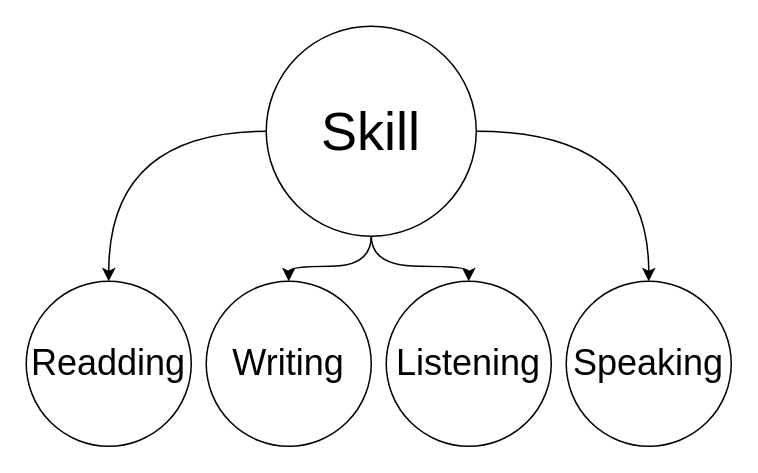
This is page "AI" (1 of 2) of design/skill.drawio from kashanimorteza/english_document, a draw.io file, before an edit. Source tidied: cells renumbered, new cells numbered last; positions are measured from the earlier drawing's top-left corner, leaving out a move shared by most shapes. Both pictures are drawn from the tidied source at 150%, with x=0, y=0 at pixel (26, 26).
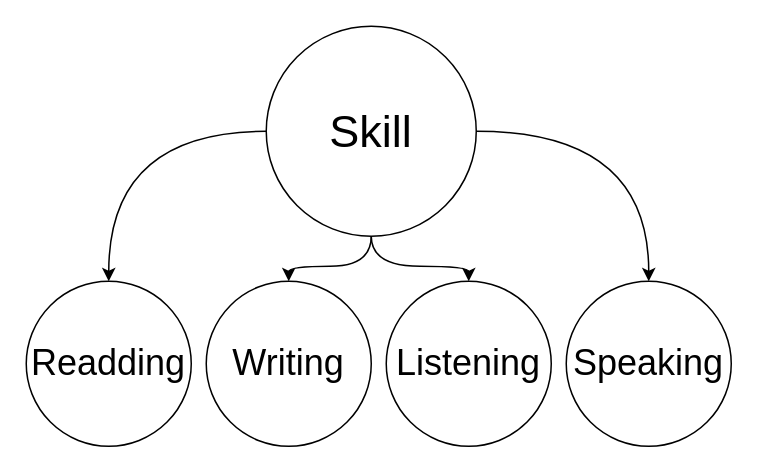
The same page after the edit.

What changed in the source:
```diff
@@
 <mxGraphModel>
   <root>
     <mxCell id="0" />
     <mxCell id="1" parent="0" />
     <mxCell id="2" style="edgeStyle=orthogonalEdgeStyle;rounded=0;jettySize=auto;html=1;curved=1;" parent="1" edge="1" source="6" target="7">
       <mxGeometry relative="1" as="geometry" />
     </mxCell>
     <mxCell id="3" style="edgeStyle=orthogonalEdgeStyle;rounded=0;jettySize=auto;html=1;curved=1;" parent="1" edge="1" source="6" target="8">
       <mxGeometry relative="1" as="geometry" />
     </mxCell>
     <mxCell id="4" style="edgeStyle=orthogonalEdgeStyle;rounded=0;jettySize=auto;html=1;curved=1;" parent="1" edge="1" source="6" target="9">
       <mxGeometry relative="1" as="geometry" />
     </mxCell>
     <mxCell id="5" style="edgeStyle=orthogonalEdgeStyle;rounded=0;jettySize=auto;html=1;strokeColor=default;align=center;verticalAlign=middle;fontFamily=Helvetica;fontSize=11;fontColor=default;labelBackgroundColor=default;endArrow=classic;curved=1;" parent="1" edge="1" source="6" target="10">
       <mxGeometry relative="1" as="geometry" />
     </mxCell>
-    <mxCell id="6" value="&lt;font style=&quot;font-size: 36px;&quot;&gt;Skill&lt;/font&gt;" style="ellipse;whiteSpace=wrap;html=1;" parent="1" vertex="1">
+    <mxCell id="6" value="&lt;font style=&quot;font-size: 30px;&quot;&gt;Skill&lt;/font&gt;" style="ellipse;whiteSpace=wrap;html=1;" parent="1" vertex="1">
       <mxGeometry x="160" width="140" height="140" as="geometry" />
     </mxCell>
     <mxCell id="7" value="Listening" style="ellipse;whiteSpace=wrap;html=1;fontSize=24;" parent="1" vertex="1">
       <mxGeometry x="240" y="170" width="110" height="110" as="geometry" />
     </mxCell>
     <mxCell id="8" value="Speaking" style="ellipse;whiteSpace=wrap;html=1;fontSize=24;" parent="1" vertex="1">
       <mxGeometry x="360" y="170" width="110" height="110" as="geometry" />
     </mxCell>
     <mxCell id="9" value="Writing" style="ellipse;whiteSpace=wrap;html=1;fontSize=24;" parent="1" vertex="1">
       <mxGeometry x="120" y="170" width="110" height="110" as="geometry" />
     </mxCell>
     <mxCell id="10" value="Readding" style="ellipse;whiteSpace=wrap;html=1;strokeColor=default;align=center;verticalAlign=middle;fontFamily=Helvetica;fontSize=24;fontColor=default;fillColor=default;" parent="1" vertex="1">
       <mxGeometry y="170" width="110" height="110" as="geometry" />
     </mxCell>
   </root>
 </mxGraphModel>
```
